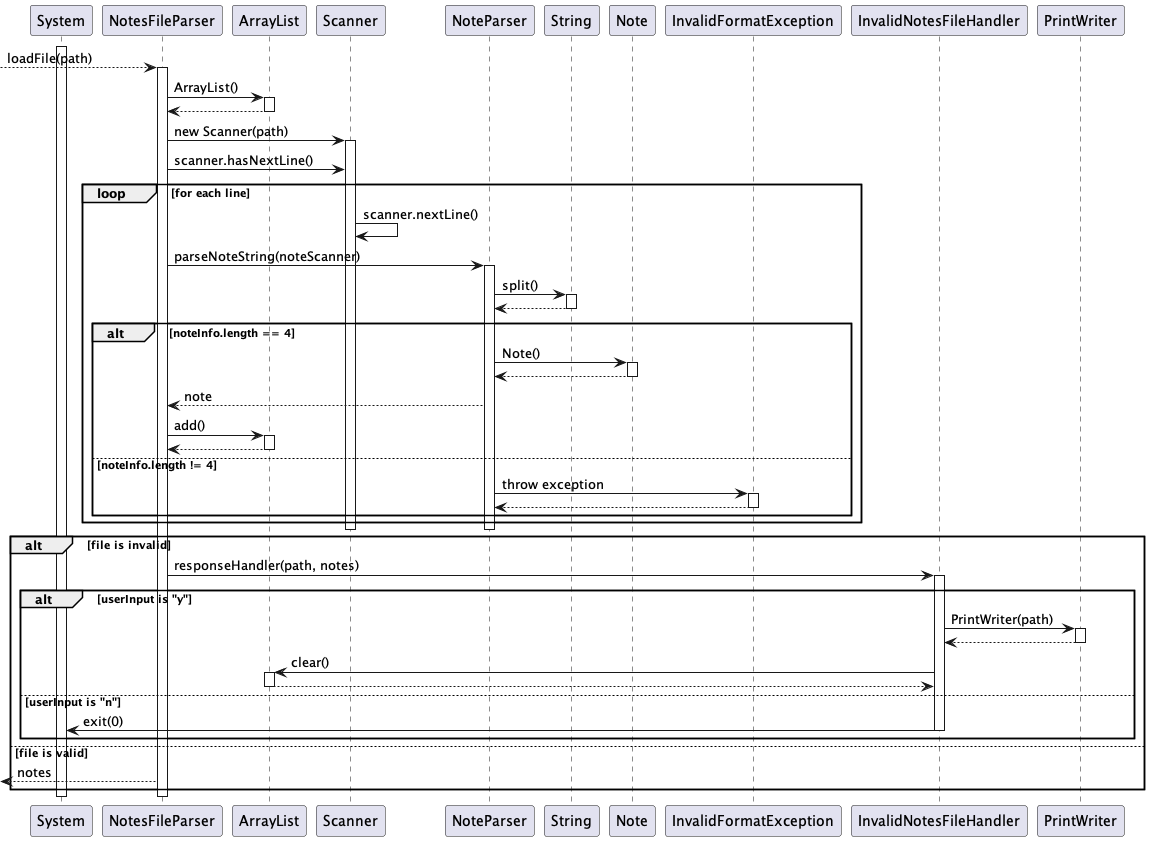
Above: docs/SequenceDiagrams/load_sequence_diagram.png in nus-cs2113-AY2223S2/tp (PlantUML), before the change.
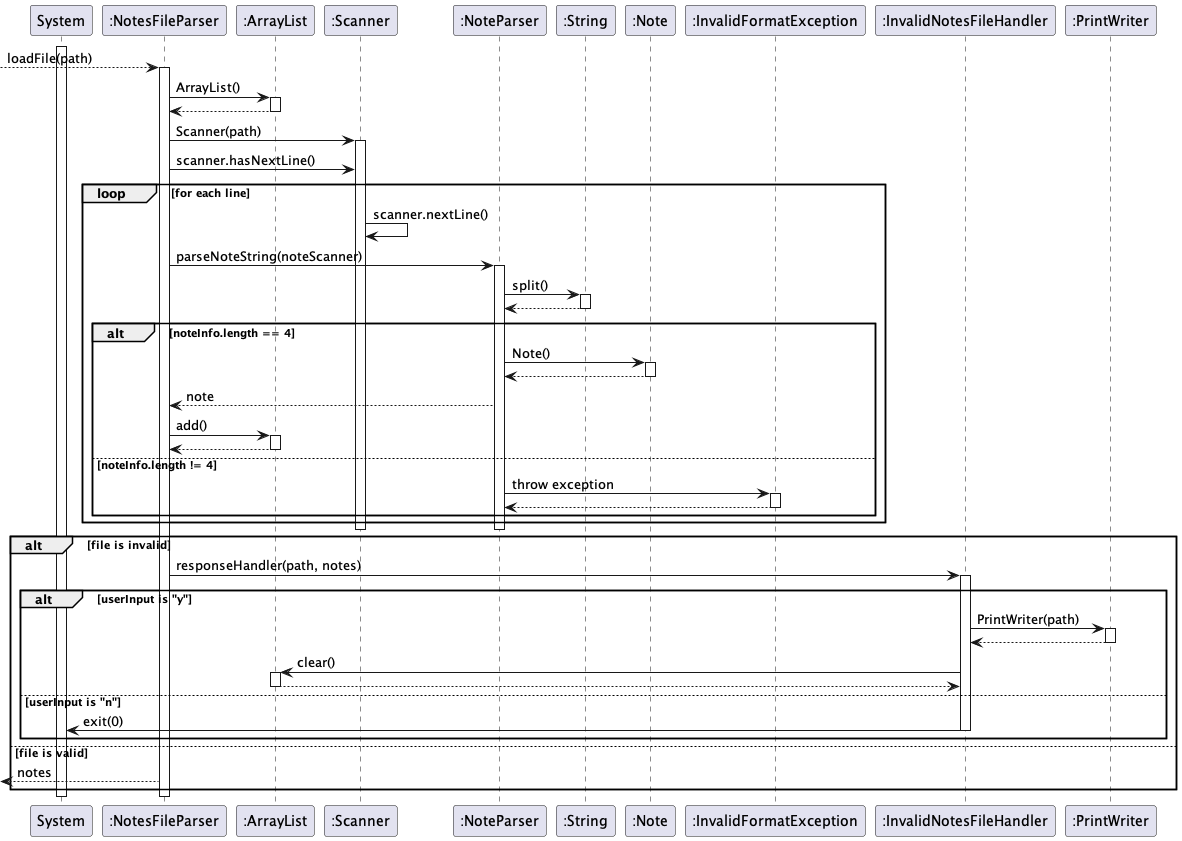
Later version of the same file.

Commit message:
update sequence diagrams for file loading

What changed in the source:
```diff
@@ -1,64 +1,64 @@
 @startuml
 activate System
 
---> NotesFileParser: loadFile(path)
-activate NotesFileParser
-NotesFileParser -> ArrayList: ArrayList()
-activate ArrayList
-ArrayList --> NotesFileParser
-deactivate ArrayList
-NotesFileParser -> Scanner: new Scanner(path)
-activate Scanner
-NotesFileParser -> Scanner: scanner.hasNextLine()
+--> ":NotesFileParser": loadFile(path)
+activate ":NotesFileParser"
+":NotesFileParser" -> ":ArrayList": ArrayList()
+activate ":ArrayList"
+":ArrayList" --> ":NotesFileParser"
+deactivate ":ArrayList"
+":NotesFileParser" -> ":Scanner": Scanner(path)
+activate ":Scanner"
+":NotesFileParser" -> ":Scanner": scanner.hasNextLine()
 loop for each line
-    Scanner -> Scanner: scanner.nextLine()
-    NotesFileParser -> NoteParser: parseNoteString(noteScanner)
-    activate NoteParser
-    NoteParser -> String: split()
-    activate String
-    String --> NoteParser
-    deactivate String
+    ":Scanner" -> ":Scanner": scanner.nextLine()
+    ":NotesFileParser" -> ":NoteParser": parseNoteString(noteScanner)
+    activate ":NoteParser"
+    ":NoteParser" -> ":String": split()
+    activate ":String"
+    ":String" --> ":NoteParser"
+    deactivate ":String"
     alt noteInfo.length == 4
-        NoteParser -> Note: Note()
-        activate Note
-        Note --> NoteParser
-        deactivate Note
-        NoteParser --> NotesFileParser: note
-        NotesFileParser -> ArrayList: add()
-        activate ArrayList
-        ArrayList --> NotesFileParser
-        deactivate ArrayList
+        ":NoteParser" -> ":Note": Note()
+        activate ":Note"
+        ":Note" --> ":NoteParser"
+        deactivate ":Note"
+        ":NoteParser" --> ":NotesFileParser": note
+        ":NotesFileParser" -> ":ArrayList": add()
+        activate ":ArrayList"
+        ":ArrayList" --> ":NotesFileParser"
+        deactivate ":ArrayList"
     else noteInfo.length != 4
-            NoteParser -> InvalidFormatException: throw exception
-            activate InvalidFormatException
-            InvalidFormatException --> NoteParser
-            deactivate InvalidFormatException
+            ":NoteParser" -> ":InvalidFormatException": throw exception
+            activate ":InvalidFormatException"
+            ":InvalidFormatException" --> ":NoteParser"
+            deactivate ":InvalidFormatException"
     end
 end
-deactivate NoteParser
-deactivate Scanner
+deactivate ":NoteParser"
+deactivate ":Scanner"
 
 alt file is invalid
-    NotesFileParser -> InvalidNotesFileHandler: responseHandler(path, notes)
-    activate InvalidNotesFileHandler
+    ":NotesFileParser" -> ":InvalidNotesFileHandler": responseHandler(path, notes)
+    activate ":InvalidNotesFileHandler"
     alt userInput is "y"
-        InvalidNotesFileHandler -> PrintWriter: PrintWriter(path)
-        activate PrintWriter
-        PrintWriter --> InvalidNotesFileHandler
-        deactivate PrintWriter
-        InvalidNotesFileHandler -> ArrayList: clear()
-        activate ArrayList
-        ArrayList --> InvalidNotesFileHandler
-        deactivate ArrayList
+        ":InvalidNotesFileHandler" -> ":PrintWriter": PrintWriter(path)
+        activate ":PrintWriter"
+        ":PrintWriter" --> ":InvalidNotesFileHandler"
+        deactivate ":PrintWriter"
+        ":InvalidNotesFileHandler" -> ":ArrayList": clear()
+        activate ":ArrayList"
+        ":ArrayList" --> ":InvalidNotesFileHandler"
+        deactivate ":ArrayList"
     else userInput is "n"
-        InvalidNotesFileHandler -> System: exit(0)
-            deactivate InvalidNotesFileHandler
+        ":InvalidNotesFileHandler" -> System: exit(0)
+            deactivate ":InvalidNotesFileHandler"
     end
 else file is valid
-    <-- NotesFileParser: notes
+    <-- ":NotesFileParser": notes
 end
 
-deactivate NotesFileParser
+deactivate ":NotesFileParser"
 
 deactivate System
 
```
